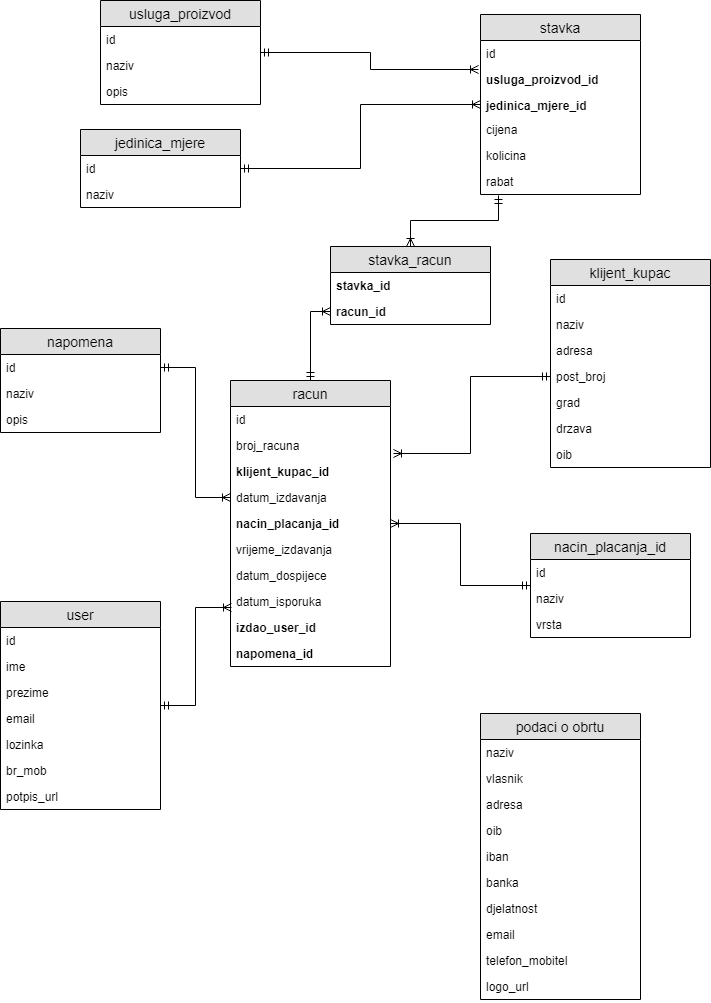
Above: izdavanje_racuna_za_pausalni_obrt-ERD_v1.1.png in delaga/Pausalni_obrt_ZR (draw.io), before the change. Source tidied: cells renumbered, new cells last; positions are measured from the earlier drawing's top-left corner, leaving out a move shared by most shapes.
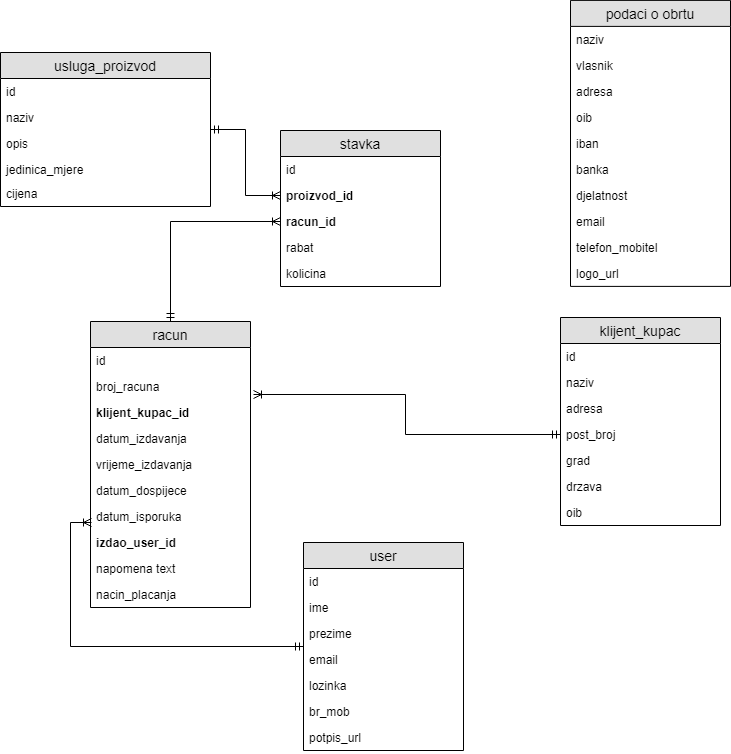
After the change.

Commit message:
uređivanje (smanjivanje) tablica u bazi

Change to the diagram source:
```diff
@@ -3,7 +3,7 @@
     <mxCell id="0" />
     <mxCell id="1" parent="0" />
     <mxCell id="2" value="podaci o obrtu" style="swimlane;fontStyle=0;horizontal=1;startSize=26;fillColor=#e0e0e0;swimlaneFillColor=#ffffff;align=center;fontSize=14;" parent="1" vertex="1">
-      <mxGeometry x="480" y="713" width="160" height="286" as="geometry" />
+      <mxGeometry x="560" y="-58.1" width="160" height="286" as="geometry" />
     </mxCell>
     <mxCell id="3" value="naziv" style="text;strokeColor=none;fillColor=none;spacingLeft=4;spacingRight=4;overflow=hidden;fontSize=12;" parent="2" vertex="1">
       <mxGeometry y="26" width="160" height="26" as="geometry" />
@@ -35,42 +35,6 @@
     <mxCell id="12" value="logo_url" style="text;strokeColor=none;fillColor=none;spacingLeft=4;spacingRight=4;overflow=hidden;fontSize=12;" parent="2" vertex="1">
       <mxGeometry y="260" width="160" height="26" as="geometry" />
     </mxCell>
-    <mxCell id="13" style="edgeStyle=orthogonalEdgeStyle;rounded=0;jettySize=auto;html=1;entryX=-0.014;entryY=0.1;entryDx=0;entryDy=0;entryPerimeter=0;startArrow=ERmandOne;startFill=0;endArrow=ERoneToMany;endFill=0;" parent="1" edge="1" source="14" target="47">
-      <mxGeometry relative="1" as="geometry" />
-    </mxCell>
-    <mxCell id="14" value="usluga_proizvod" style="swimlane;fontStyle=0;horizontal=1;startSize=26;fillColor=#e0e0e0;swimlaneFillColor=#ffffff;align=center;fontSize=14;" parent="1" vertex="1">
-      <mxGeometry x="100" width="160" height="104" as="geometry" />
-    </mxCell>
-    <mxCell id="15" value="id" style="text;strokeColor=none;fillColor=none;spacingLeft=4;spacingRight=4;overflow=hidden;fontSize=12;" parent="14" vertex="1">
-      <mxGeometry y="26" width="160" height="26" as="geometry" />
-    </mxCell>
-    <mxCell id="16" value="naziv" style="text;strokeColor=none;fillColor=none;spacingLeft=4;spacingRight=4;overflow=hidden;fontSize=12;" parent="14" vertex="1">
-      <mxGeometry y="52" width="160" height="26" as="geometry" />
-    </mxCell>
-    <mxCell id="17" value="opis" style="text;strokeColor=none;fillColor=none;spacingLeft=4;spacingRight=4;overflow=hidden;fontSize=12;" parent="14" vertex="1">
-      <mxGeometry y="78" width="160" height="26" as="geometry" />
-    </mxCell>
-    <mxCell id="18" value="jedinica_mjere" style="swimlane;fontStyle=0;horizontal=1;startSize=26;fillColor=#e0e0e0;swimlaneFillColor=#ffffff;align=center;fontSize=14;" parent="1" vertex="1">
-      <mxGeometry x="80" y="129" width="160" height="78" as="geometry" />
-    </mxCell>
-    <mxCell id="19" value="id" style="text;strokeColor=none;fillColor=none;spacingLeft=4;spacingRight=4;overflow=hidden;points=[[0,0.5],[1,0.5]];portConstraint=eastwest;fontSize=12;" parent="18" vertex="1">
-      <mxGeometry y="26" width="160" height="26" as="geometry" />
-    </mxCell>
-    <mxCell id="20" value="naziv" style="text;strokeColor=none;fillColor=none;spacingLeft=4;spacingRight=4;overflow=hidden;fontSize=12;" parent="18" vertex="1">
-      <mxGeometry y="52" width="160" height="26" as="geometry" />
-    </mxCell>
-    <mxCell id="21" value="napomena" style="swimlane;fontStyle=0;horizontal=1;startSize=26;fillColor=#e0e0e0;swimlaneFillColor=#ffffff;align=center;fontSize=14;" parent="1" vertex="1">
-      <mxGeometry y="328" width="160" height="104" as="geometry" />
-    </mxCell>
-    <mxCell id="22" value="id" style="text;strokeColor=none;fillColor=none;spacingLeft=4;spacingRight=4;overflow=hidden;points=[[0,0.5],[1,0.5]];portConstraint=eastwest;fontSize=12;" parent="21" vertex="1">
-      <mxGeometry y="26" width="160" height="26" as="geometry" />
-    </mxCell>
-    <mxCell id="23" value="naziv" style="text;strokeColor=none;fillColor=none;spacingLeft=4;spacingRight=4;overflow=hidden;fontSize=12;" parent="21" vertex="1">
-      <mxGeometry y="52" width="160" height="26" as="geometry" />
-    </mxCell>
-    <mxCell id="24" value="opis" style="text;strokeColor=none;fillColor=none;spacingLeft=4;spacingRight=4;overflow=hidden;fontSize=12;" parent="21" vertex="1">
-      <mxGeometry y="78" width="160" height="26" as="geometry" />
-    </mxCell>
     <mxCell id="25" value="klijent_kupac" style="swimlane;fontStyle=0;horizontal=1;startSize=26;fillColor=#e0e0e0;swimlaneFillColor=#ffffff;align=center;fontSize=14;" parent="1" vertex="1">
       <mxGeometry x="550" y="259" width="160" height="208" as="geometry" />
     </mxCell>
@@ -99,7 +63,7 @@
       <mxGeometry relative="1" as="geometry" />
     </mxCell>
     <mxCell id="34" value="racun" style="swimlane;fontStyle=0;horizontal=1;startSize=26;fillColor=#e0e0e0;swimlaneFillColor=#ffffff;align=center;fontSize=14;" parent="1" vertex="1">
-      <mxGeometry x="230" y="380" width="160" height="286" as="geometry" />
+      <mxGeometry x="80" y="263" width="160" height="286" as="geometry" />
     </mxCell>
     <mxCell id="35" value="id" style="text;strokeColor=none;fillColor=none;spacingLeft=4;spacingRight=4;overflow=hidden;fontSize=12;" parent="34" vertex="1">
       <mxGeometry y="26" width="160" height="26" as="geometry" />
@@ -113,86 +77,71 @@
     <mxCell id="38" value="datum_izdavanja" style="text;strokeColor=none;fillColor=none;spacingLeft=4;spacingRight=4;overflow=hidden;points=[[0,0.5],[1,0.5]];portConstraint=eastwest;fontSize=12;" parent="34" vertex="1">
       <mxGeometry y="104" width="160" height="26" as="geometry" />
     </mxCell>
-    <mxCell id="39" value="nacin_placanja_id" style="text;strokeColor=none;fillColor=none;spacingLeft=4;spacingRight=4;overflow=hidden;points=[[0,0.5],[1,0.5]];portConstraint=eastwest;fontSize=12;fontStyle=1;" parent="34" vertex="1">
-      <mxGeometry y="130" width="160" height="26" as="geometry" />
-    </mxCell>
     <mxCell id="40" value="vrijeme_izdavanja" style="text;strokeColor=none;fillColor=none;spacingLeft=4;spacingRight=4;overflow=hidden;fontSize=12;" parent="34" vertex="1">
-      <mxGeometry y="156" width="160" height="26" as="geometry" />
+      <mxGeometry y="130" width="160" height="26" as="geometry" />
     </mxCell>
     <mxCell id="41" value="datum_dospijece&#10;" style="text;strokeColor=none;fillColor=none;spacingLeft=4;spacingRight=4;overflow=hidden;fontSize=12;" parent="34" vertex="1">
-      <mxGeometry y="182" width="160" height="26" as="geometry" />
+      <mxGeometry y="156" width="160" height="26" as="geometry" />
     </mxCell>
     <mxCell id="42" value="datum_isporuka" style="text;strokeColor=none;fillColor=none;spacingLeft=4;spacingRight=4;overflow=hidden;fontSize=12;" parent="34" vertex="1">
-      <mxGeometry y="208" width="160" height="26" as="geometry" />
+      <mxGeometry y="182" width="160" height="26" as="geometry" />
     </mxCell>
     <mxCell id="43" value="izdao_user_id" style="text;strokeColor=none;fillColor=none;spacingLeft=4;spacingRight=4;overflow=hidden;points=[[0,0.5],[1,0.5]];portConstraint=eastwest;fontSize=12;fontStyle=1;" parent="34" vertex="1">
-      <mxGeometry y="234" width="160" height="26" as="geometry" />
+      <mxGeometry y="208" width="160" height="26" as="geometry" />
     </mxCell>
-    <mxCell id="44" value="napomena_id" style="text;strokeColor=none;fillColor=none;spacingLeft=4;spacingRight=4;overflow=hidden;fontSize=12;fontStyle=1;" parent="34" vertex="1">
-      <mxGeometry y="260" width="160" height="26" as="geometry" />
-    </mxCell>
+    <mxCell id="23" value="napomena text" style="text;strokeColor=none;fillColor=none;spacingLeft=4;spacingRight=4;overflow=hidden;fontSize=12;" parent="34" vertex="1">
+      <mxGeometry y="234" width="160" height="26" as="geometry" />
+    </mxCell>
+    <mxCell id="62" value="nacin_placanja" style="text;strokeColor=none;fillColor=none;spacingLeft=4;spacingRight=4;overflow=hidden;fontSize=12;" parent="34" vertex="1">
+      <mxGeometry y="260" width="160" height="26" as="geometry" />
+    </mxCell>
+    <mxCell id="73" style="edgeStyle=orthogonalEdgeStyle;rounded=0;jettySize=auto;html=1;entryX=0;entryY=0.5;entryDx=0;entryDy=0;startArrow=ERmandOne;startFill=0;endArrow=ERoneToMany;endFill=0;" parent="1" edge="1" source="45" target="74">
+      <mxGeometry relative="1" as="geometry" />
+    </mxCell>
-    <mxCell id="45" value="stavka" style="swimlane;fontStyle=0;horizontal=1;startSize=26;fillColor=#e0e0e0;swimlaneFillColor=#ffffff;align=center;fontSize=14;" parent="1" vertex="1">
-      <mxGeometry x="480" y="14" width="160" height="180" as="geometry" />
+    <mxCell id="45" value="usluga_proizvod" style="swimlane;fontStyle=0;horizontal=1;startSize=26;fillColor=#e0e0e0;swimlaneFillColor=#ffffff;align=center;fontSize=14;" parent="1" vertex="1">
+      <mxGeometry x="-10" y="-6" width="210" height="154" as="geometry" />
     </mxCell>
     <mxCell id="46" value="id" style="text;strokeColor=none;fillColor=none;spacingLeft=4;spacingRight=4;overflow=hidden;fontSize=12;" parent="45" vertex="1">
-      <mxGeometry y="26" width="160" height="26" as="geometry" />
+      <mxGeometry y="26" width="210" height="26" as="geometry" />
     </mxCell>
-    <mxCell id="47" value="usluga_proizvod_id" style="text;strokeColor=none;fillColor=none;spacingLeft=4;spacingRight=4;overflow=hidden;points=[[0,0.5],[1,0.5]];portConstraint=eastwest;fontSize=12;fontStyle=1;" parent="45" vertex="1">
-      <mxGeometry y="52" width="160" height="26" as="geometry" />
+    <mxCell id="47" value="naziv" style="text;strokeColor=none;fillColor=none;spacingLeft=4;spacingRight=4;overflow=hidden;points=[[0,0.5],[1,0.5]];portConstraint=eastwest;fontSize=12;fontStyle=0;" parent="45" vertex="1">
+      <mxGeometry y="52" width="210" height="26" as="geometry" />
     </mxCell>
+    <mxCell id="17" value="opis" style="text;strokeColor=none;fillColor=none;spacingLeft=4;spacingRight=4;overflow=hidden;fontSize=12;" parent="45" vertex="1">
+      <mxGeometry y="78" width="210" height="26" as="geometry" />
+    </mxCell>
-    <mxCell id="48" value="jedinica_mjere_id" style="text;strokeColor=none;fillColor=none;spacingLeft=4;spacingRight=4;overflow=hidden;points=[[0,0.5],[1,0.5]];portConstraint=eastwest;fontSize=12;fontStyle=1;" parent="45" vertex="1">
-      <mxGeometry y="78" width="160" height="24" as="geometry" />
+    <mxCell id="48" value="jedinica_mjere" style="text;strokeColor=none;fillColor=none;spacingLeft=4;spacingRight=4;overflow=hidden;points=[[0,0.5],[1,0.5]];portConstraint=eastwest;fontSize=12;fontStyle=0;" parent="45" vertex="1">
+      <mxGeometry y="104" width="210" height="24" as="geometry" />
     </mxCell>
     <mxCell id="49" value="cijena" style="text;strokeColor=none;fillColor=none;spacingLeft=4;spacingRight=4;overflow=hidden;fontSize=12;" parent="45" vertex="1">
-      <mxGeometry y="102" width="160" height="26" as="geometry" />
+      <mxGeometry y="128" width="210" height="26" as="geometry" />
     </mxCell>
-    <mxCell id="50" value="kolicina" style="text;strokeColor=none;fillColor=none;spacingLeft=4;spacingRight=4;overflow=hidden;fontSize=12;" parent="45" vertex="1">
-      <mxGeometry y="128" width="160" height="26" as="geometry" />
-    </mxCell>
-    <mxCell id="51" value="rabat" style="text;strokeColor=none;fillColor=none;spacingLeft=4;spacingRight=4;overflow=hidden;points=[[0,0.5],[1,0.5]];portConstraint=eastwest;fontSize=12;" parent="45" vertex="1">
-      <mxGeometry y="154" width="160" height="26" as="geometry" />
-    </mxCell>
-    <mxCell id="52" style="edgeStyle=orthogonalEdgeStyle;rounded=0;jettySize=auto;html=1;entryX=0;entryY=0.5;entryDx=0;entryDy=0;startArrow=ERmandOne;startFill=0;endArrow=ERoneToMany;endFill=0;" parent="1" edge="1" source="19" target="48">
-      <mxGeometry relative="1" as="geometry" />
-    </mxCell>
     <mxCell id="53" style="edgeStyle=orthogonalEdgeStyle;rounded=0;jettySize=auto;html=1;entryX=1.016;entryY=-0.2;entryDx=0;entryDy=0;entryPerimeter=0;startArrow=ERmandOne;startFill=0;endArrow=ERoneToMany;endFill=0;" parent="1" edge="1" source="29" target="37">
       <mxGeometry relative="1" as="geometry" />
     </mxCell>
-    <mxCell id="54" value="stavka_racun" style="swimlane;fontStyle=0;horizontal=1;startSize=26;fillColor=#e0e0e0;swimlaneFillColor=#ffffff;align=center;fontSize=14;" parent="1" vertex="1">
-      <mxGeometry x="330" y="246" width="160" height="78" as="geometry" />
+    <mxCell id="54" value="&#10;stavka&#10;" style="swimlane;fontStyle=0;horizontal=1;startSize=26;fillColor=#e0e0e0;swimlaneFillColor=#ffffff;align=center;fontSize=14;" parent="1" vertex="1">
+      <mxGeometry x="270" y="72" width="160" height="156" as="geometry" />
     </mxCell>
-    <mxCell id="55" value="stavka_id" style="text;strokeColor=none;fillColor=none;spacingLeft=4;spacingRight=4;overflow=hidden;fontSize=12;fontStyle=1;" parent="54" vertex="1">
+    <mxCell id="55" value="id" style="text;strokeColor=none;fillColor=none;spacingLeft=4;spacingRight=4;overflow=hidden;fontSize=12;fontStyle=0;" parent="54" vertex="1">
       <mxGeometry y="26" width="160" height="26" as="geometry" />
     </mxCell>
+    <mxCell id="74" value="proizvod_id" style="text;strokeColor=none;fillColor=none;spacingLeft=4;spacingRight=4;overflow=hidden;points=[[0,0.5],[1,0.5]];portConstraint=eastwest;fontSize=12;fontStyle=1;" parent="54" vertex="1">
+      <mxGeometry y="52" width="160" height="26" as="geometry" />
+    </mxCell>
     <mxCell id="56" value="racun_id" style="text;strokeColor=none;fillColor=none;spacingLeft=4;spacingRight=4;overflow=hidden;points=[[0,0.5],[1,0.5]];portConstraint=eastwest;fontSize=12;fontStyle=1;" parent="54" vertex="1">
-      <mxGeometry y="52" width="160" height="26" as="geometry" />
+      <mxGeometry y="78" width="160" height="26" as="geometry" />
     </mxCell>
-    <mxCell id="57" style="edgeStyle=orthogonalEdgeStyle;rounded=0;jettySize=auto;html=1;startArrow=ERmandOne;startFill=0;endArrow=ERoneToMany;endFill=0;exitX=0.111;exitY=1.023;exitDx=0;exitDy=0;exitPerimeter=0;" parent="1" edge="1" source="51" target="54">
-      <mxGeometry relative="1" as="geometry" />
-    </mxCell>
-    <mxCell id="58" style="edgeStyle=orthogonalEdgeStyle;rounded=0;jettySize=auto;html=1;entryX=0;entryY=0.5;entryDx=0;entryDy=0;startArrow=ERmandOne;startFill=0;endArrow=ERoneToMany;endFill=0;" parent="1" edge="1" source="22" target="38">
-      <mxGeometry relative="1" as="geometry" />
-    </mxCell>
-    <mxCell id="59" style="edgeStyle=orthogonalEdgeStyle;rounded=0;jettySize=auto;html=1;entryX=1;entryY=0.5;entryDx=0;entryDy=0;startArrow=ERmandOne;startFill=0;endArrow=ERoneToMany;endFill=0;" parent="1" edge="1" source="60" target="39">
-      <mxGeometry relative="1" as="geometry" />
-    </mxCell>
-    <mxCell id="60" value="nacin_placanja_id" style="swimlane;fontStyle=0;horizontal=1;startSize=26;fillColor=#e0e0e0;swimlaneFillColor=#ffffff;align=center;fontSize=14;" parent="1" vertex="1">
-      <mxGeometry x="530" y="533" width="160" height="104" as="geometry" />
-    </mxCell>
-    <mxCell id="61" value="id" style="text;strokeColor=none;fillColor=none;spacingLeft=4;spacingRight=4;overflow=hidden;fontSize=12;" parent="60" vertex="1">
-      <mxGeometry y="26" width="160" height="26" as="geometry" />
-    </mxCell>
-    <mxCell id="62" value="naziv" style="text;strokeColor=none;fillColor=none;spacingLeft=4;spacingRight=4;overflow=hidden;fontSize=12;" parent="60" vertex="1">
-      <mxGeometry y="52" width="160" height="26" as="geometry" />
-    </mxCell>
-    <mxCell id="63" value="vrsta" style="text;strokeColor=none;fillColor=none;spacingLeft=4;spacingRight=4;overflow=hidden;fontSize=12;" parent="60" vertex="1">
-      <mxGeometry y="78" width="160" height="26" as="geometry" />
-    </mxCell>
+    <mxCell id="51" value="rabat" style="text;strokeColor=none;fillColor=none;spacingLeft=4;spacingRight=4;overflow=hidden;points=[[0,0.5],[1,0.5]];portConstraint=eastwest;fontSize=12;" parent="54" vertex="1">
+      <mxGeometry y="104" width="160" height="26" as="geometry" />
+    </mxCell>
+    <mxCell id="50" value="kolicina" style="text;strokeColor=none;fillColor=none;spacingLeft=4;spacingRight=4;overflow=hidden;fontSize=12;" parent="54" vertex="1">
+      <mxGeometry y="130" width="160" height="26" as="geometry" />
+    </mxCell>
     <mxCell id="64" style="edgeStyle=orthogonalEdgeStyle;rounded=0;jettySize=auto;html=1;entryX=0.005;entryY=-0.277;entryDx=0;entryDy=0;entryPerimeter=0;startArrow=ERmandOne;startFill=0;endArrow=ERoneToMany;endFill=0;" parent="1" edge="1" source="65" target="43">
       <mxGeometry relative="1" as="geometry" />
     </mxCell>
     <mxCell id="65" value="user" style="swimlane;fontStyle=0;horizontal=1;startSize=26;fillColor=#e0e0e0;swimlaneFillColor=#ffffff;align=center;fontSize=14;" parent="1" vertex="1">
-      <mxGeometry y="601" width="160" height="208" as="geometry" />
+      <mxGeometry x="293" y="484" width="160" height="208" as="geometry" />
     </mxCell>
     <mxCell id="66" value="id" style="text;strokeColor=none;fillColor=none;spacingLeft=4;spacingRight=4;overflow=hidden;fontSize=12;" parent="65" vertex="1">
       <mxGeometry y="26" width="160" height="26" as="geometry" />
```
